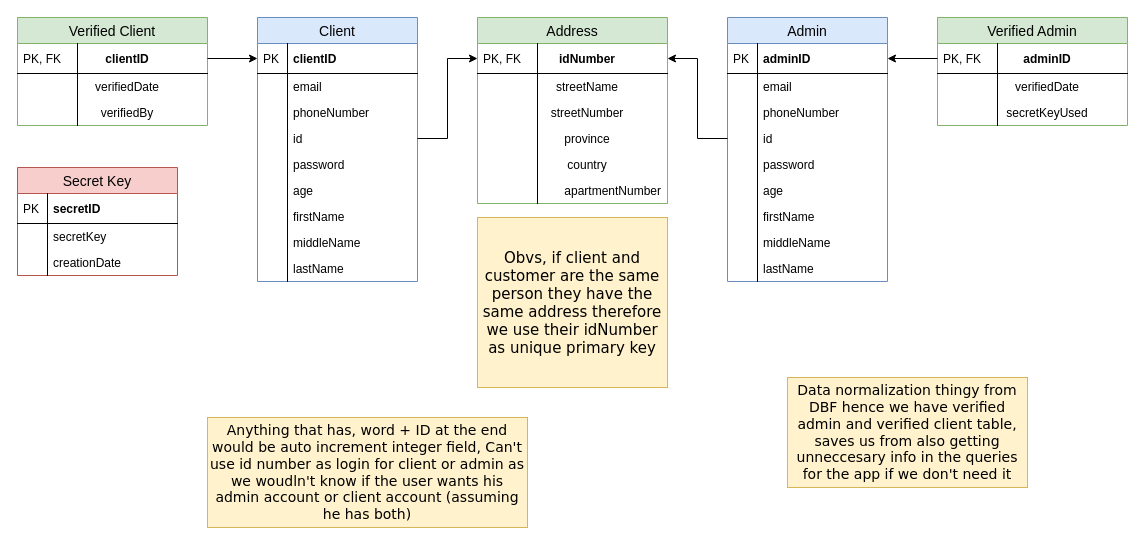
SDP-Wits/Banking-System keeps this draw.io diagram as Planning/ERDs/onlineDB.drawio. Above is the earlier version. Source tidied: cells renumbered, new cells numbered last; positions are measured from the earlier drawing's top-left corner, leaving out a move shared by most shapes. Both pictures are drawn from the tidied source at 100%, with x=0, y=0 at pixel (17, 17).
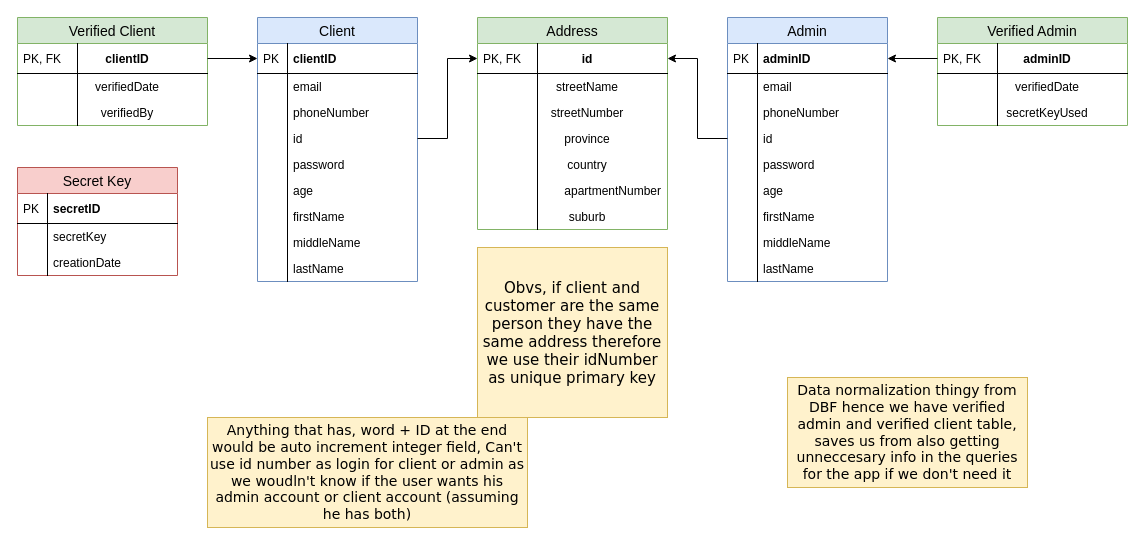
The same diagram, later.

Commit message (it also covers changes not shown here):
PHP Files for Online DB and Online Database Logs

The edit, as a diff of the source:
```diff
@@
     <mxCell id="21" value="Address" style="swimlane;fontStyle=0;horizontal=1;startSize=26;fillColor=#d5e8d4;swimlaneFillColor=#ffffff;align=center;fontSize=14;strokeColor=#82b366;" parent="1" vertex="1">
-      <mxGeometry x="460" width="190" height="186" as="geometry" />
+      <mxGeometry x="460" width="190" height="212" as="geometry" />
     </mxCell>
-    <mxCell id="22" value="idNumber" style="shape=partialRectangle;top=0;left=0;right=0;bottom=1;align=center;verticalAlign=middle;fillColor=none;spacingLeft=34;spacingRight=4;overflow=hidden;points=[[0,0.5],[1,0.5]];portConstraint=eastwest;fontStyle=1;fontSize=12;" parent="21" vertex="1">
+    <mxCell id="22" value="id" style="shape=partialRectangle;top=0;left=0;right=0;bottom=1;align=center;verticalAlign=middle;fillColor=none;spacingLeft=34;spacingRight=4;overflow=hidden;points=[[0,0.5],[1,0.5]];portConstraint=eastwest;fontStyle=1;fontSize=12;" parent="21" vertex="1">
       <mxGeometry y="26" width="190" height="30" as="geometry" />
     </mxCell>
@@
+    <mxCell id="81" value="suburb" style="shape=partialRectangle;top=0;left=0;right=0;bottom=0;align=center;verticalAlign=top;fillColor=none;spacingLeft=34;spacingRight=4;overflow=hidden;fontSize=12;" parent="21" vertex="1">
+      <mxGeometry y="186" width="190" height="26" as="geometry" />
+    </mxCell>
+    <mxCell id="82" style="shape=partialRectangle;top=0;left=0;bottom=0;fillColor=none;align=left;verticalAlign=top;spacingLeft=4;spacingRight=4;overflow=hidden;fontSize=12;" parent="81" vertex="1">
+      <mxGeometry width="60" height="26" as="geometry" />
+    </mxCell>
@@
     <mxCell id="78" value="&lt;span style=&quot;font-family: &amp;#34;verdana&amp;#34; ; font-size: 15px&quot;&gt;Obvs, if client and customer are the same person they have the same address therefore we use their idNumber as unique primary key&lt;/span&gt;" style="text;html=1;strokeColor=#d6b656;fillColor=#fff2cc;align=center;verticalAlign=middle;whiteSpace=wrap;rounded=0;" parent="1" vertex="1">
-      <mxGeometry x="460" y="200" width="190" height="170" as="geometry" />
+      <mxGeometry x="460" y="230" width="190" height="170" as="geometry" />
     </mxCell>
```
